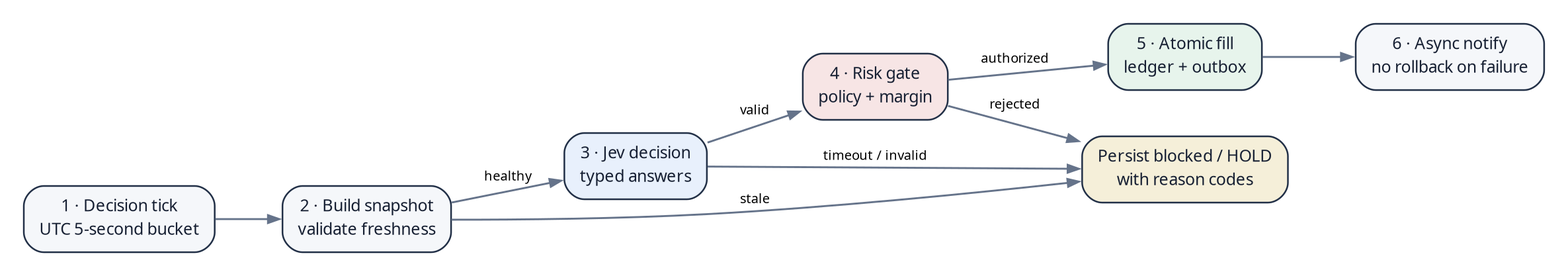
This is artifacts/diagrams/crypto-intraday-decision-sequence.png from juliuss1907/AIgorithmic-trading, a Graphviz export, as it was before one commit. Its source is kept beside it as docs/diagrams/crypto-intraday-decision-sequence.dot. Its diagram source:
```dot
digraph DecisionSequence {
  graph [
    rankdir=LR,
    bgcolor="white",
    pad="0.2",
    nodesep="0.25",
    ranksep="0.55",
    fontname="Helvetica Neue"
  ];
  node [
    shape=box,
    style="rounded,filled",
    color="#223047",
    fillcolor="#F5F7FA",
    fontcolor="#172033",
    fontname="Helvetica Neue",
    fontsize=10,
    margin="0.13,0.08"
  ];
  edge [color="#65738A", penwidth=1.15, arrowsize=0.68, fontname="Helvetica Neue", fontsize=8];

  tick [label="1 · Decision tick\nUTC 5-second bucket"];
  snap [label="2 · Build snapshot\nvalidate freshness"];
  jev [label="3 · Jev decision\ntyped answers", fillcolor="#E8F0FC"];
  gate [label="4 · Risk gate\npolicy + margin", fillcolor="#F7E5E5"];
  fill [label="5 · Atomic fill\nledger + outbox", fillcolor="#E7F4EC"];
  hold [label="Persist blocked / HOLD\nwith reason codes", fillcolor="#F5EFD9"];
  notify [label="6 · Async notify\nno rollback on failure"];

  tick -> snap;
  snap -> jev [label="healthy"];
  snap -> hold [label="stale"];
  jev -> gate [label="valid"];
  jev -> hold [label="timeout / invalid"];
  gate -> fill [label="authorized"];
  gate -> hold [label="rejected"];
  fill -> notify;
}
```
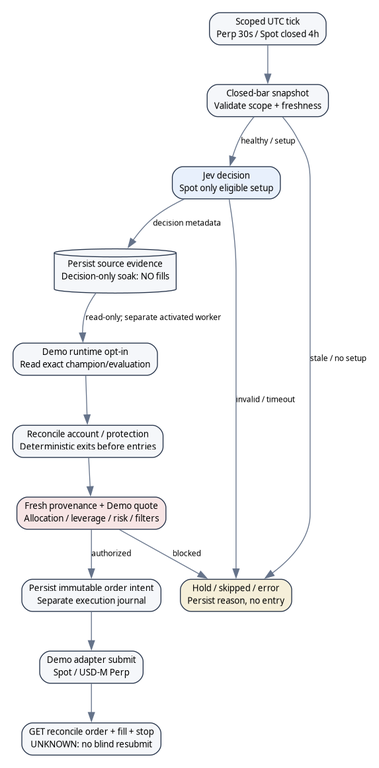
After the commit.

Commit message:
docs: refresh System Plan diagrams and design exports

The edit, as a diff of the source:
```diff
@@ -1,38 +1,26 @@
 digraph DecisionSequence {
-  graph [
-    rankdir=LR,
-    bgcolor="white",
-    pad="0.2",
-    nodesep="0.25",
-    ranksep="0.55",
-    fontname="Helvetica Neue"
-  ];
-  node [
-    shape=box,
-    style="rounded,filled",
-    color="#223047",
-    fillcolor="#F5F7FA",
-    fontcolor="#172033",
-    fontname="Helvetica Neue",
-    fontsize=10,
-    margin="0.13,0.08"
-  ];
-  edge [color="#65738A", penwidth=1.15, arrowsize=0.68, fontname="Helvetica Neue", fontsize=8];
-
-  tick [label="1 · Decision tick\nUTC 5-second bucket"];
-  snap [label="2 · Build snapshot\nvalidate freshness"];
-  jev [label="3 · Jev decision\ntyped answers", fillcolor="#E8F0FC"];
-  gate [label="4 · Risk gate\npolicy + margin", fillcolor="#F7E5E5"];
-  fill [label="5 · Atomic fill\nledger + outbox", fillcolor="#E7F4EC"];
-  hold [label="Persist blocked / HOLD\nwith reason codes", fillcolor="#F5EFD9"];
-  notify [label="6 · Async notify\nno rollback on failure"];
-
-  tick -> snap;
-  snap -> jev [label="healthy"];
-  snap -> hold [label="stale"];
-  jev -> gate [label="valid"];
-  jev -> hold [label="timeout / invalid"];
-  gate -> fill [label="authorized"];
-  gate -> hold [label="rejected"];
-  fill -> notify;
+  graph [rankdir=TB, bgcolor="white", pad="0.2", nodesep="0.3", ranksep="0.6"];
+  node [shape=box, style="rounded,filled", color="#223047", fillcolor="#F5F7FA", fontname="Helvetica Neue", fontsize=10];
+  edge [color="#65738A", fontname="Helvetica Neue", fontsize=9];
+  tick [label="Scoped UTC tick\nPerp 30s / Spot closed 4h"];
+  snapshot [label="Closed-bar snapshot\nValidate scope + freshness"];
+  jev [label="Jev decision\nSpot only eligible setup", fillcolor="#E8F0FC"];
+  source [shape=cylinder, label="Persist source evidence\nDecision-only soak: NO fills"];
+  hold [label="Hold / skipped / error\nPersist reason, no entry", fillcolor="#F5EFD9"];
+  runtime [label="Demo runtime opt-in\nRead exact champion/evaluation"];
+  reconcile [label="Reconcile account / protection\nDeterministic exits before entries"];
+  gate [label="Fresh provenance + Demo quote\nAllocation / leverage / risk / filters", fillcolor="#F7E5E5"];
+  intent [label="Persist immutable order intent\nSeparate execution journal"];
+  submit [label="Demo adapter submit\nSpot / USD-M Perp"];
+  confirm [label="GET reconcile order + fill + stop\nUNKNOWN: no blind resubmit"];
+  tick -> snapshot;
+  snapshot -> jev [label="healthy / setup"];
+  snapshot -> hold [label="stale / no setup"];
+  jev -> source [label="decision metadata"];
+  jev -> hold [label="invalid / timeout"];
+  source -> runtime [label="read-only; separate activated worker"];
+  runtime -> reconcile -> gate;
+  gate -> hold [label="blocked"];
+  gate -> intent [label="authorized"];
+  intent -> submit -> confirm;
 }
```
